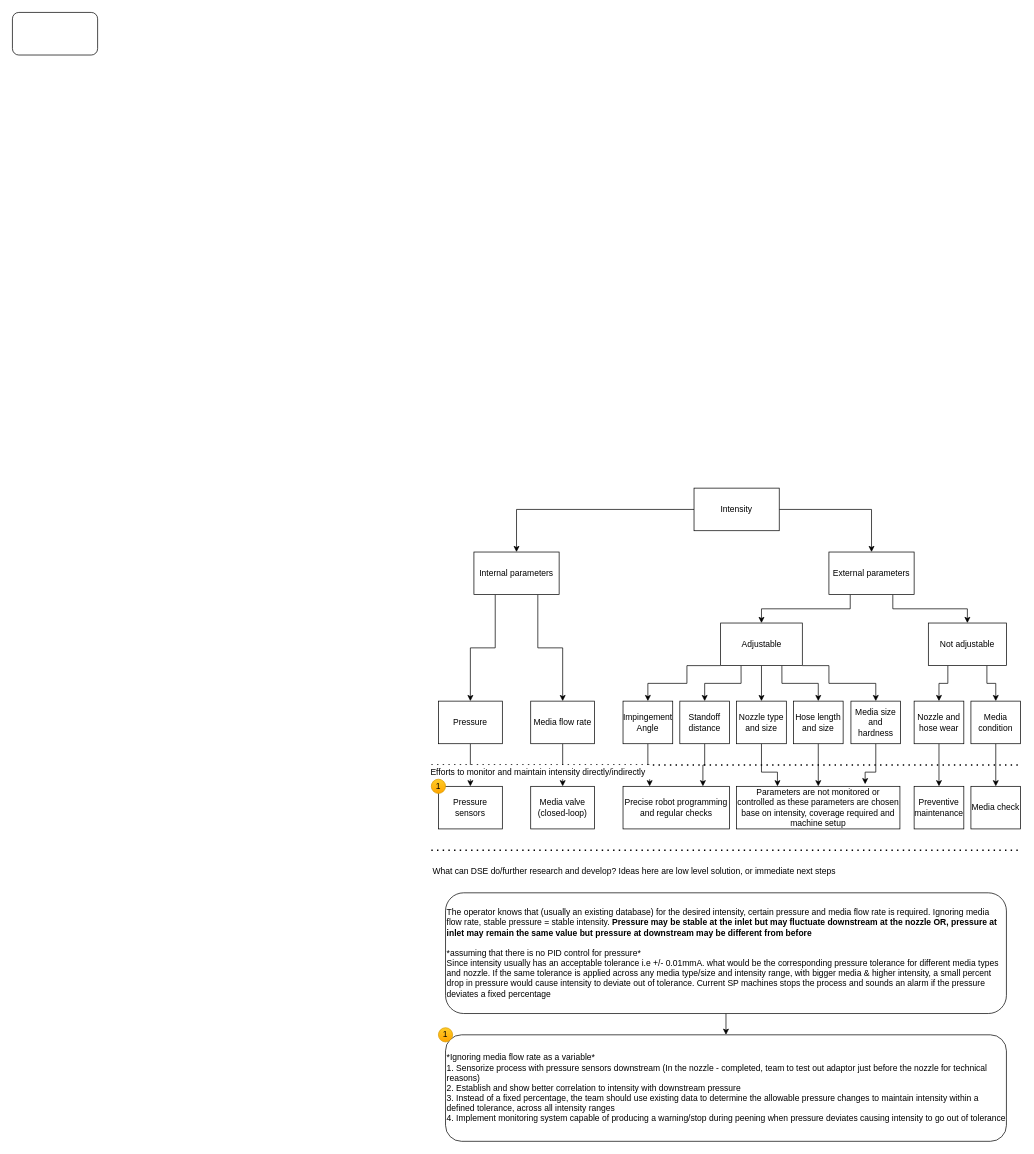
auggie246/SP-Monitoring-stuff keeps this draw.io diagram as SP Monitoring flowchart.drawio. Above is the earlier version. Source tidied: cells renumbered, new cells numbered last; positions are measured from the earlier drawing's top-left corner, leaving out a move shared by most shapes. Both pictures are drawn from the tidied source at 71%, with x=0, y=0 at pixel (12, 12).
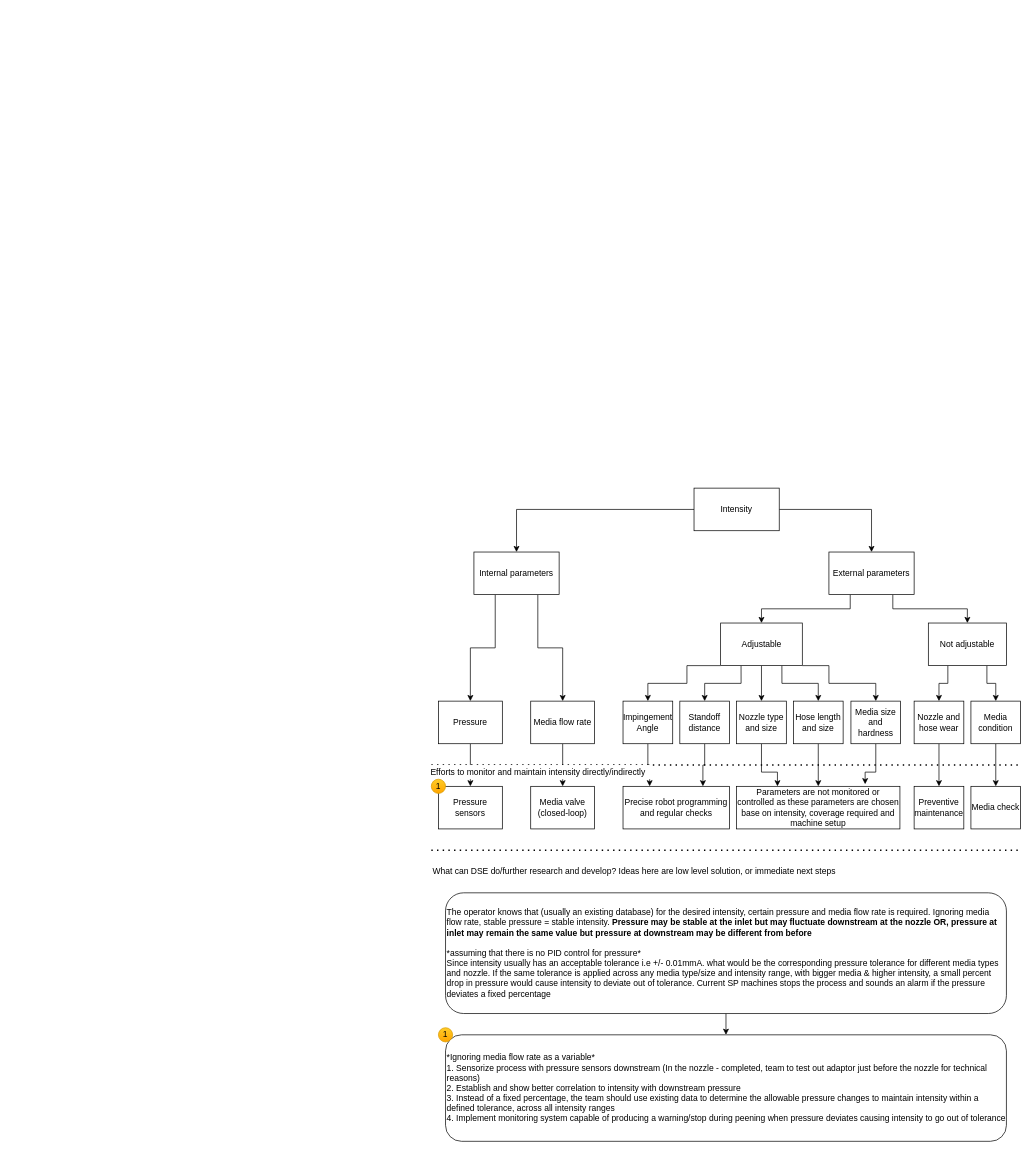
The same page after the edit.

Change to the diagram source:
```diff
@@
-    <mxCell id="53" style="rounded=1;whiteSpace=wrap;html=1;fillColor=default;" parent="1" vertex="1">
-      <mxGeometry width="120" height="60" as="geometry" />
-    </mxCell>
```
